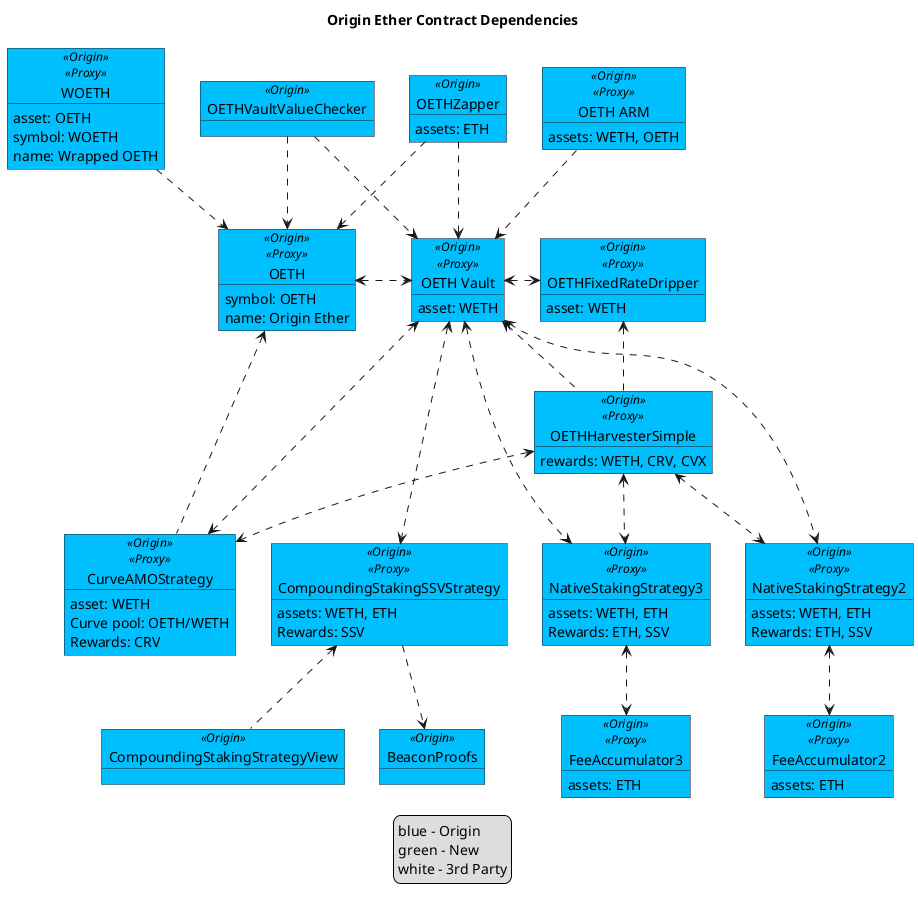
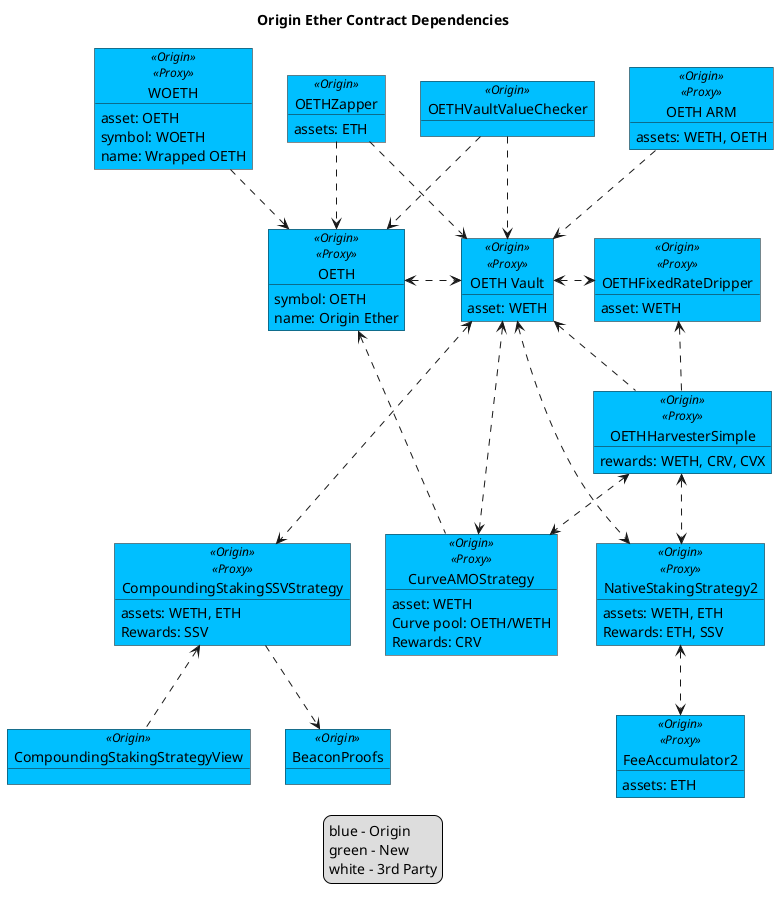
@startuml

!$originColor = DeepSkyBlue
' !$originColor = WhiteSmoke
!$newColor = LightGreen
!$changedColor = Orange
!$thirdPartyColor = WhiteSmoke

legend
blue - Origin
green - New
' orange - Changed
white - 3rd Party
end legend

title "Origin Ether Contract Dependencies"

object "OETHZapper" as zap <<Origin>> #$originColor {
    assets: ETH
}

object "OETH ARM" as arm <<Origin>><<Proxy>> #$originColor {
    assets: WETH, OETH
}


object "OETHFixedRateDripper" as drip <<Origin>><<Proxy>> #$originColor {
    asset: WETH
}

object "OETHVaultValueChecker" as checker <<Origin>> #$originColor {
}

object "WOETH" as woeth <<Origin>><<Proxy>> #$originColor {
    asset: OETH
    symbol: WOETH
    name: Wrapped OETH
}

object "OETH" as oeth <<Origin>><<Proxy>> #$originColor {
    symbol: OETH
    name: Origin Ether
}

object "OETH Vault" as oethv <<Origin>><<Proxy>> #$originColor {
asset: WETH
}

object "OETHHarvesterSimple" as harv <<Origin>><<Proxy>> #$originColor {
    rewards: WETH, CRV, CVX
}

' Strategies
'object "ConvexEthMetaStrategy" as cvxStrat <<Origin>><<Proxy>> #$originColor {
'    asset: WETH
'    Curve metapool: OETHCRV-f
'    Convex pool: cvxOETHCRV-f
'    Rewards: CRV, CVX
'}

object "CurveAMOStrategy" as amoStrat <<Origin>><<Proxy>> #$originColor {
    asset: WETH
    Curve pool: OETH/WETH
    Rewards: CRV
}

' object "NativeStakingStrategy" as nativeStrat <<Origin>><<Proxy>> #$originColor {
'     assets: WETH, ETH
'     Rewards: ETH, SSV
' }

' object "FeeAccumulator" as feeAcc <<Origin>><<Proxy>> #$originColor {
'     assets: ETH
' }

object "NativeStakingStrategy2" as nativeStrat2 <<Origin>><<Proxy>> #$originColor {
    assets: WETH, ETH
    Rewards: ETH, SSV
}

object "FeeAccumulator2" as feeAcc2 <<Origin>><<Proxy>> #$originColor {
    assets: ETH
}

- object "NativeStakingStrategy3" as nativeStrat3 <<Origin>><<Proxy>> #$originColor {
-     assets: WETH, ETH
-     Rewards: ETH, SSV
- }
- 
- object "FeeAccumulator3" as feeAcc3 <<Origin>><<Proxy>> #$originColor {
-     assets: ETH
- }
+ ' object "NativeStakingStrategy3" as nativeStrat3 <<Origin>><<Proxy>> #$originColor {
+ '     assets: WETH, ETH
+ '     Rewards: ETH, SSV
+ ' }
+ 
+ ' object "FeeAccumulator3" as feeAcc3 <<Origin>><<Proxy>> #$originColor {
+ '     assets: ETH
+ ' }

object "CompoundingStakingSSVStrategy" as compStrat <<Origin>><<Proxy>> #$originColor {
    assets: WETH, ETH
    Rewards: SSV
}
object "CompoundingStakingStrategyView" as compView <<Origin>> #$originColor {

}
object "BeaconProofs" as proofs <<Origin>> #$originColor {

}

' object "DepositContract" as deposit <<System>> #$thirdPartyColor {
'  asset : ETH
' }

' object "WithdrawalRequest" as withdraw <<System>> #$thirdPartyColor {

' }

' object "BeaconRoots" as roots <<System>> #$thirdPartyColor {

' }


' ' Oracle
' object "OETHOracleRouter" as oracle <<Origin>> #$originColor {
' pairs:
'     CRV/ETH
'     CVX/ETH
' }

' ' SushiSwap
' object "UniswapV2Router02" as sushi <<SushiSwap>> {
'     pairs: CRV/ETH, CVX/ETH
' }

' ' Curve
' object "Gauge" as gauge <<Curve>> {
'     asset: OETHCRV-f
'     symbol: OETHCRV-f-gauge
'     name: Curve.fi OETHCRV-f Gauge Deposit
' }
' object "StableSwap" as crvPool <<Curve>> {
'     assets: [ETH, OETH]
'     symbol: OETHCRV-f
'     name: Curve.fi Factory Pool: OETH
' }
' ' Convex
' object "Booster" as cvxBoost <<Convex>> {
' }
' object "BaseRewardPool" as cvxPool <<Convex>> {
' }
' ' object "DepositToken" as cvxPoolLp <<Convex>> {
' '     symbol: cvxOUSD3CRV-f
' '     name: Origin Dollar Convex Deposit
' ' }

' ' SSV
' object "SSV Network" as ssvNet <<SSV>><<Proxy>> #$thirdPartyColor {
' assets: ETH, SSV
' }


' ' Assets
' object "WETH9" as weth <<Dapphub>> {
'     symbol: WETH
'     name: Wrapped Ether
' }

' ' Rewards
' object "ConvexToken" as cvx <<Convex>> {
'     symbol: CVX
'     name: Convex Token
' }

' object "Curve DAO Token" as crv <<Convex>> {
'     symbol: CRV
'     name: Curve DAO Token
' }

zap ..> oeth
zap ..> oethv
' zap .....> weth

arm ..> oethv

' drip .....> weth
oethv <.> drip

checker ..> oeth
checker ..> oethv

oethv <.. harv
drip <.. harv
' harv ...> sushi
' harv ...> cvx
' harv ...> crv

woeth ..> oeth
oeth <.> oethv
' oethv ..> oracle
' oracle ...> chain

' Curve AMO Strategy
harv <..> amoStrat
oethv <...> amoStrat
oeth <... amoStrat

' harv <..> nativeStrat
' oethv <...> nativeStrat
' nativeStrat <..> feeAcc
' nativeStrat ..> ssvNet
' nativeStrat ..> deposit

harv <..> nativeStrat2
oethv <...> nativeStrat2
nativeStrat2 <..> feeAcc2
' nativeStrat2 ...> ssvNet
' nativeStrat2 ...> deposit

- harv <..> nativeStrat3
- oethv <...> nativeStrat3
- nativeStrat3 <..> feeAcc3
+ ' harv <..> nativeStrat3
+ ' oethv <...> nativeStrat3
+ ' nativeStrat3 <..> feeAcc3
' nativeStrat2 ...> ssvNet
' nativeStrat2 ...> deposit

oethv <...> compStrat
compStrat ..> proofs
compStrat <.. compView
' compStrat ..> ssvNet
' compStrat ...> deposit
' compStrat ...> withdraw
' compStrat ...> roots

' cvxStrat ...> crvPool
' cvxStrat ....> cvxPool
' cvxStrat ...> cvxBoost
' cvxStrat ...> weth
' cvxStrat ...> cvx
' cvxStrat ...> crv
' cvxPool ..> cvxPoolLp
' cvxPool ..> crv
' gauge <. cvxPool
' crvPool <.. gauge
' oeth <... crvPool
' cvxBoost ..> cvxPool

' ' Vault to Assets
' oethv ....> weth

@enduml